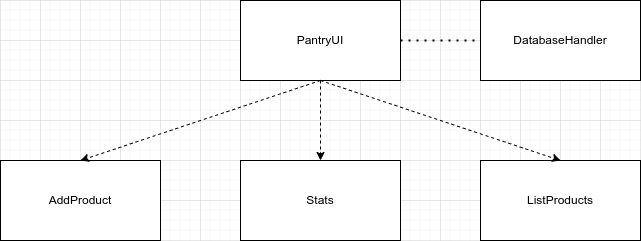
Before: documentation/pictures/sovelluslogiikka.png, a diagram exported from draw.io (RedFoxFinn/ot-harjoitustyo). Source tidied: cells renumbered, new cells last; positions are measured from the earlier drawing's top-left corner, leaving out a move shared by most shapes. The source it was exported from:
```xml
<mxGraphModel>
  <root>
    <mxCell id="0" />
    <mxCell id="1" parent="0" />
    <mxCell id="2" value="PantryUI" style="rounded=0;whiteSpace=wrap;html=1;" parent="1" vertex="1">
      <mxGeometry x="240" width="160" height="80" as="geometry" />
    </mxCell>
    <mxCell id="3" value="AddProduct" style="rounded=0;whiteSpace=wrap;html=1;" parent="1" vertex="1">
      <mxGeometry y="160" width="160" height="80" as="geometry" />
    </mxCell>
    <mxCell id="4" style="endArrow=classic;html=1;rounded=0;entryX=0.5;entryY=0;entryDx=0;entryDy=0;dashed=1;exitX=0.5;exitY=1;exitDx=0;exitDy=0;" parent="1" edge="1" source="2" target="3">
      <mxGeometry relative="1" as="geometry" />
    </mxCell>
    <mxCell id="5" value="Stats" style="rounded=0;whiteSpace=wrap;html=1;" parent="1" vertex="1">
      <mxGeometry x="240" y="160" width="160" height="80" as="geometry" />
    </mxCell>
    <mxCell id="6" value="ListProducts" style="rounded=0;whiteSpace=wrap;html=1;" parent="1" vertex="1">
      <mxGeometry x="480" y="160" width="160" height="80" as="geometry" />
    </mxCell>
    <mxCell id="7" value="DatabaseHandler" style="rounded=0;whiteSpace=wrap;html=1;" parent="1" vertex="1">
      <mxGeometry x="480" width="160" height="80" as="geometry" />
    </mxCell>
    <mxCell id="8" style="endArrow=classic;html=1;rounded=0;exitX=0.5;exitY=1;exitDx=0;exitDy=0;entryX=0.5;entryY=0;entryDx=0;entryDy=0;dashed=1;" parent="1" edge="1" source="2" target="5">
      <mxGeometry relative="1" as="geometry" />
    </mxCell>
    <mxCell id="9" style="endArrow=classic;html=1;rounded=0;entryX=0.5;entryY=0;entryDx=0;entryDy=0;dashed=1;" parent="1" edge="1" target="6">
      <mxGeometry relative="1" as="geometry">
        <mxPoint x="320" y="80" as="sourcePoint" />
      </mxGeometry>
    </mxCell>
    <mxCell id="10" style="endArrow=none;dashed=1;html=1;dashPattern=1 3;strokeWidth=2;rounded=0;entryX=0;entryY=0.5;entryDx=0;entryDy=0;exitX=1;exitY=0.5;exitDx=0;exitDy=0;" parent="1" edge="1" source="2" target="7">
      <mxGeometry relative="1" as="geometry" />
    </mxCell>
  </root>
</mxGraphModel>
```
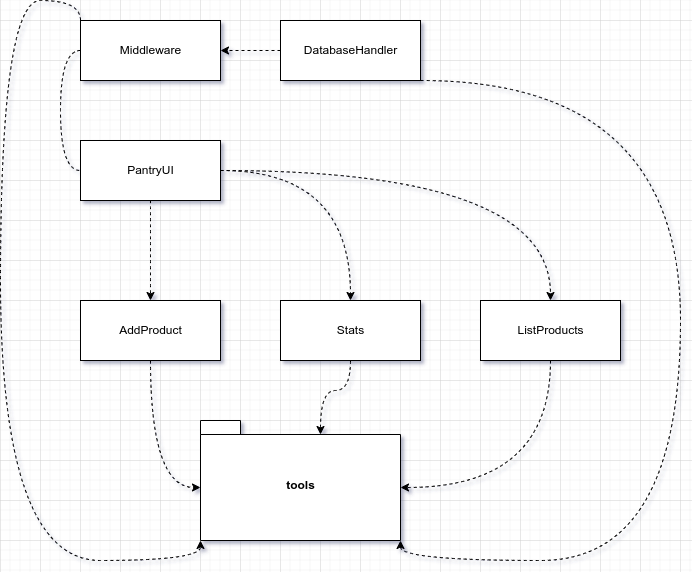
Later version of the same file.

Commit message:
viikon 7 palautukseen / loppupalautukseen muutokset: middleware/middlewaren testit, dokumentaatio

What changed in the source:
```diff
@@ -1,35 +1,70 @@
 <mxGraphModel>
   <root>
-    <mxCell id="0" />
-    <mxCell id="1" parent="0" />
+    <mxCell id="11" />
+    <mxCell id="12" parent="11" />
+    <mxCell id="13" style="edgeStyle=orthogonalEdgeStyle;curved=1;rounded=0;jettySize=auto;html=1;dashed=1;endArrow=classic;endFill=1;" parent="12" edge="1" source="2" target="6">
+      <mxGeometry relative="1" as="geometry" />
+    </mxCell>
+    <mxCell id="4" style="edgeStyle=orthogonalEdgeStyle;curved=1;rounded=0;jettySize=auto;html=1;dashed=1;endArrow=classic;endFill=1;" parent="12" edge="1" source="2" target="3">
+      <mxGeometry relative="1" as="geometry" />
+    </mxCell>
+    <mxCell id="8" style="edgeStyle=orthogonalEdgeStyle;curved=1;rounded=0;jettySize=auto;html=1;dashed=1;endArrow=classic;endFill=1;" parent="12" edge="1" source="2" target="5">
+      <mxGeometry relative="1" as="geometry" />
+    </mxCell>
-    <mxCell id="2" value="PantryUI" style="rounded=0;whiteSpace=wrap;html=1;" parent="1" vertex="1">
-      <mxGeometry x="240" width="160" height="80" as="geometry" />
+    <mxCell id="2" value="PantryUI" style="html=1;" parent="12" vertex="1">
+      <mxGeometry x="40" width="140" height="60" as="geometry" />
     </mxCell>
+    <mxCell id="14" style="rounded=0;jettySize=auto;html=1;exitX=0;exitY=0.5;exitDx=0;exitDy=0;entryX=0;entryY=0.5;entryDx=0;entryDy=0;dashed=1;endArrow=none;endFill=0;edgeStyle=orthogonalEdgeStyle;curved=1;" parent="12" edge="1" source="16" target="2">
+      <mxGeometry relative="1" as="geometry" />
+    </mxCell>
+    <mxCell id="15" style="edgeStyle=orthogonalEdgeStyle;curved=1;rounded=0;jettySize=auto;html=1;exitX=0;exitY=0;exitDx=0;exitDy=0;entryX=0;entryY=0;entryDx=0;entryDy=120;entryPerimeter=0;dashed=1;endArrow=classic;endFill=1;" parent="12" edge="1" source="16" target="22">
+      <mxGeometry relative="1" as="geometry">
+        <Array as="points">
+          <mxPoint x="40" y="-140" />
+          <mxPoint x="-40" y="-140" />
+          <mxPoint x="-40" y="420" />
+          <mxPoint x="160" y="420" />
+        </Array>
+      </mxGeometry>
+    </mxCell>
+    <mxCell id="16" value="Middleware" style="html=1;" parent="12" vertex="1">
+      <mxGeometry x="40" y="-120" width="140" height="60" as="geometry" />
+    </mxCell>
+    <mxCell id="17" style="edgeStyle=entityRelationEdgeStyle;rounded=0;jettySize=auto;html=1;exitX=0;exitY=0.5;exitDx=0;exitDy=0;entryX=1;entryY=0.5;entryDx=0;entryDy=0;endArrow=classic;endFill=1;dashed=1;" parent="12" edge="1" source="7" target="16">
+      <mxGeometry relative="1" as="geometry" />
+    </mxCell>
+    <mxCell id="18" style="edgeStyle=orthogonalEdgeStyle;curved=1;rounded=0;jettySize=auto;html=1;exitX=1;exitY=1;exitDx=0;exitDy=0;entryX=0;entryY=0;entryDx=200;entryDy=120;entryPerimeter=0;dashed=1;endArrow=classic;endFill=1;" parent="12" edge="1" source="7" target="22">
+      <mxGeometry relative="1" as="geometry">
+        <Array as="points">
+          <mxPoint x="640" y="-60" />
+          <mxPoint x="640" y="420" />
+          <mxPoint x="360" y="420" />
+        </Array>
+      </mxGeometry>
+    </mxCell>
+    <mxCell id="7" value="DatabaseHandler" style="html=1;" parent="12" vertex="1">
+      <mxGeometry x="240" y="-120" width="140" height="60" as="geometry" />
+    </mxCell>
+    <mxCell id="19" style="edgeStyle=orthogonalEdgeStyle;curved=1;rounded=0;jettySize=auto;html=1;exitX=0.5;exitY=1;exitDx=0;exitDy=0;entryX=0;entryY=0;entryDx=200;entryDy=67;entryPerimeter=0;dashed=1;endArrow=classic;endFill=1;" parent="12" edge="1" source="6" target="22">
+      <mxGeometry relative="1" as="geometry" />
+    </mxCell>
+    <mxCell id="6" value="ListProducts" style="html=1;" parent="12" vertex="1">
+      <mxGeometry x="440" y="160" width="140" height="60" as="geometry" />
+    </mxCell>
+    <mxCell id="20" style="edgeStyle=orthogonalEdgeStyle;curved=1;rounded=0;jettySize=auto;html=1;exitX=0.5;exitY=1;exitDx=0;exitDy=0;entryX=0;entryY=0;entryDx=0;entryDy=67;entryPerimeter=0;dashed=1;endArrow=classic;endFill=1;" parent="12" edge="1" source="3" target="22">
+      <mxGeometry relative="1" as="geometry" />
+    </mxCell>
-    <mxCell id="3" value="AddProduct" style="rounded=0;whiteSpace=wrap;html=1;" parent="1" vertex="1">
-      <mxGeometry y="160" width="160" height="80" as="geometry" />
+    <mxCell id="3" value="AddProduct" style="html=1;" parent="12" vertex="1">
+      <mxGeometry x="40" y="160" width="140" height="60" as="geometry" />
     </mxCell>
-    <mxCell id="4" style="endArrow=classic;html=1;rounded=0;entryX=0.5;entryY=0;entryDx=0;entryDy=0;dashed=1;exitX=0.5;exitY=1;exitDx=0;exitDy=0;" parent="1" edge="1" source="2" target="3">
-      <mxGeometry relative="1" as="geometry" />
-    </mxCell>
+    <mxCell id="21" style="edgeStyle=orthogonalEdgeStyle;curved=1;rounded=0;jettySize=auto;html=1;exitX=0.5;exitY=1;exitDx=0;exitDy=0;entryX=0;entryY=0;entryDx=120;entryDy=14;entryPerimeter=0;dashed=1;endArrow=classic;endFill=1;" parent="12" edge="1" source="5" target="22">
+      <mxGeometry relative="1" as="geometry" />
+    </mxCell>
-    <mxCell id="5" value="Stats" style="rounded=0;whiteSpace=wrap;html=1;" parent="1" vertex="1">
-      <mxGeometry x="240" y="160" width="160" height="80" as="geometry" />
+    <mxCell id="5" value="Stats" style="html=1;" parent="12" vertex="1">
+      <mxGeometry x="240" y="160" width="140" height="60" as="geometry" />
     </mxCell>
-    <mxCell id="6" value="ListProducts" style="rounded=0;whiteSpace=wrap;html=1;" parent="1" vertex="1">
-      <mxGeometry x="480" y="160" width="160" height="80" as="geometry" />
-    </mxCell>
-    <mxCell id="7" value="DatabaseHandler" style="rounded=0;whiteSpace=wrap;html=1;" parent="1" vertex="1">
-      <mxGeometry x="480" width="160" height="80" as="geometry" />
-    </mxCell>
-    <mxCell id="8" style="endArrow=classic;html=1;rounded=0;exitX=0.5;exitY=1;exitDx=0;exitDy=0;entryX=0.5;entryY=0;entryDx=0;entryDy=0;dashed=1;" parent="1" edge="1" source="2" target="5">
-      <mxGeometry relative="1" as="geometry" />
-    </mxCell>
-    <mxCell id="9" style="endArrow=classic;html=1;rounded=0;entryX=0.5;entryY=0;entryDx=0;entryDy=0;dashed=1;" parent="1" edge="1" target="6">
-      <mxGeometry relative="1" as="geometry">
-        <mxPoint x="320" y="80" as="sourcePoint" />
-      </mxGeometry>
-    </mxCell>
-    <mxCell id="10" style="endArrow=none;dashed=1;html=1;dashPattern=1 3;strokeWidth=2;rounded=0;entryX=0;entryY=0.5;entryDx=0;entryDy=0;exitX=1;exitY=0.5;exitDx=0;exitDy=0;" parent="1" edge="1" source="2" target="7">
-      <mxGeometry relative="1" as="geometry" />
-    </mxCell>
+    <mxCell id="22" value="tools" style="shape=folder;fontStyle=1;spacingTop=10;tabWidth=40;tabHeight=14;tabPosition=left;html=1;" parent="12" vertex="1">
+      <mxGeometry x="160" y="280" width="200" height="120" as="geometry" />
+    </mxCell>
   </root>
 </mxGraphModel>
```
